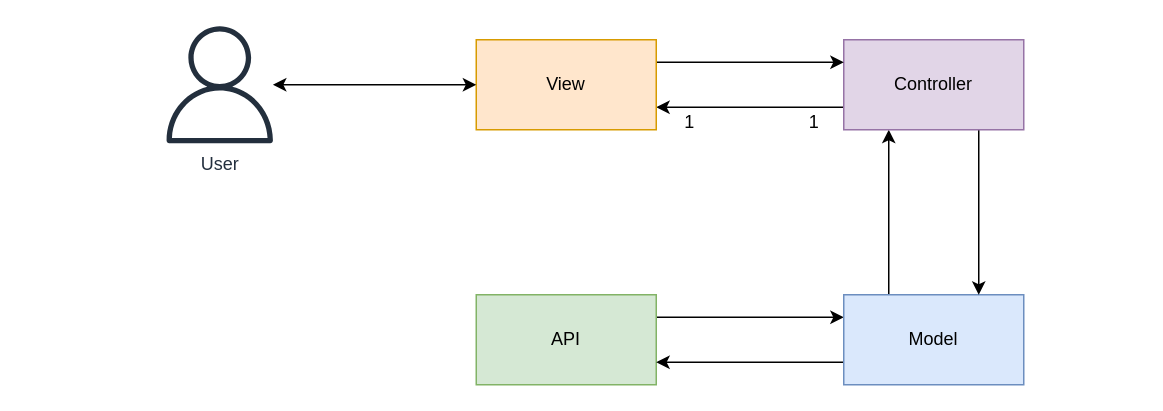
Before: Diagrams/MvcDiagram.drawio in jeftegoes/DotnetArchitectureMvcMvpMvvm, a draw.io diagram. Source tidied: cells renumbered, new cells numbered last; positions are measured from the earlier drawing's top-left corner, leaving out a move shared by most shapes. Both pictures are drawn from the tidied source at 150%, with x=0, y=0 at pixel (160, 26).
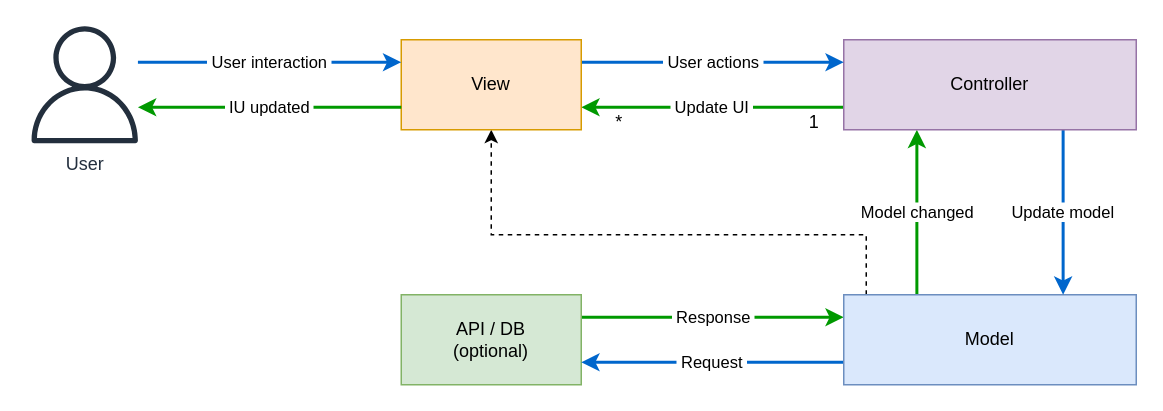
The same page after the edit.

The edit, as a diff of the source:
```diff
@@
-    <mxCell id="2" style="edgeStyle=orthogonalEdgeStyle;rounded=0;jettySize=auto;html=1;entryX=0;entryY=0.25;entryDx=0;entryDy=0;" parent="1" edge="1" source="3" target="6">
+    <mxCell id="2" value="&amp;nbsp;Response&amp;nbsp;" style="edgeStyle=orthogonalEdgeStyle;rounded=0;jettySize=auto;html=1;entryX=0;entryY=0.25;entryDx=0;entryDy=0;strokeWidth=2;strokeColor=#009900;" parent="1" edge="1" source="3" target="6">
       <mxGeometry relative="1" as="geometry">
         <Array as="points">
           <mxPoint x="350" y="194" />
           <mxPoint x="350" y="194" />
         </Array>
       </mxGeometry>
     </mxCell>
-    <mxCell id="3" value="API" style="rounded=0;whiteSpace=wrap;html=1;fillColor=#d5e8d4;strokeColor=#82b366;" parent="1" vertex="1">
-      <mxGeometry x="210" y="179" width="120" height="60" as="geometry" />
+    <mxCell id="3" value="API / DB&lt;div&gt;(optional)&lt;/div&gt;" style="rounded=0;whiteSpace=wrap;html=1;fillColor=#d5e8d4;strokeColor=#82b366;" parent="1" vertex="1">
+      <mxGeometry x="160" y="179" width="120" height="60" as="geometry" />
     </mxCell>
-    <mxCell id="4" style="edgeStyle=orthogonalEdgeStyle;rounded=0;jettySize=auto;html=1;exitX=0;exitY=0.75;exitDx=0;exitDy=0;entryX=1;entryY=0.75;entryDx=0;entryDy=0;" parent="1" edge="1" source="6" target="3">
+    <mxCell id="4" value="&amp;nbsp;Request&amp;nbsp;" style="edgeStyle=orthogonalEdgeStyle;rounded=0;jettySize=auto;html=1;exitX=0;exitY=0.75;exitDx=0;exitDy=0;entryX=1;entryY=0.75;entryDx=0;entryDy=0;strokeWidth=2;strokeColor=#0066CC;" parent="1" edge="1" source="6" target="3">
       <mxGeometry relative="1" as="geometry" />
     </mxCell>
-    <mxCell id="5" style="edgeStyle=orthogonalEdgeStyle;rounded=0;jettySize=auto;html=1;exitX=0.25;exitY=0;exitDx=0;exitDy=0;entryX=0.25;entryY=1;entryDx=0;entryDy=0;" parent="1" edge="1" source="6" target="9">
+    <mxCell id="5" value="Model changed" style="edgeStyle=orthogonalEdgeStyle;rounded=0;jettySize=auto;html=1;exitX=0.25;exitY=0;exitDx=0;exitDy=0;entryX=0.25;entryY=1;entryDx=0;entryDy=0;strokeWidth=2;strokeColor=#009900;" parent="1" edge="1" source="6" target="9">
       <mxGeometry relative="1" as="geometry" />
     </mxCell>
+    <mxCell id="16" style="edgeStyle=orthogonalEdgeStyle;rounded=0;jettySize=auto;html=1;dashed=1;" parent="1" edge="1" source="6" target="11">
+      <mxGeometry relative="1" as="geometry">
+        <Array as="points">
+          <mxPoint x="470" y="139" />
+          <mxPoint x="220" y="139" />
+        </Array>
+      </mxGeometry>
+    </mxCell>
     <mxCell id="6" value="Model" style="rounded=0;whiteSpace=wrap;html=1;fillColor=#dae8fc;strokeColor=#6c8ebf;" parent="1" vertex="1">
-      <mxGeometry x="455" y="179" width="120" height="60" as="geometry" />
+      <mxGeometry x="455" y="179" width="195" height="60" as="geometry" />
     </mxCell>
-    <mxCell id="7" style="edgeStyle=orthogonalEdgeStyle;rounded=0;jettySize=auto;html=1;exitX=0.75;exitY=1;exitDx=0;exitDy=0;entryX=0.75;entryY=0;entryDx=0;entryDy=0;" parent="1" edge="1" source="9" target="6">
+    <mxCell id="7" value="Update model" style="edgeStyle=orthogonalEdgeStyle;rounded=0;jettySize=auto;html=1;exitX=0.75;exitY=1;exitDx=0;exitDy=0;entryX=0.75;entryY=0;entryDx=0;entryDy=0;strokeWidth=2;strokeColor=#0066CC;" parent="1" edge="1" source="9" target="6">
       <mxGeometry relative="1" as="geometry" />
     </mxCell>
-    <mxCell id="8" style="edgeStyle=orthogonalEdgeStyle;rounded=0;jettySize=auto;html=1;exitX=0;exitY=0.75;exitDx=0;exitDy=0;entryX=1;entryY=0.75;entryDx=0;entryDy=0;" parent="1" edge="1" source="9" target="11">
+    <mxCell id="8" value="&amp;nbsp;Update UI&amp;nbsp;" style="edgeStyle=orthogonalEdgeStyle;rounded=0;jettySize=auto;html=1;exitX=0;exitY=0.75;exitDx=0;exitDy=0;entryX=1;entryY=0.75;entryDx=0;entryDy=0;strokeWidth=2;strokeColor=#009900;" parent="1" edge="1" source="9" target="11">
       <mxGeometry relative="1" as="geometry" />
     </mxCell>
     <mxCell id="9" value="Controller" style="rounded=0;whiteSpace=wrap;html=1;fillColor=#e1d5e7;strokeColor=#9673a6;" parent="1" vertex="1">
-      <mxGeometry x="455" y="9" width="120" height="60" as="geometry" />
+      <mxGeometry x="455" y="9" width="195" height="60" as="geometry" />
     </mxCell>
-    <mxCell id="10" style="edgeStyle=orthogonalEdgeStyle;rounded=0;jettySize=auto;html=1;exitX=1;exitY=0.25;exitDx=0;exitDy=0;entryX=0;entryY=0.25;entryDx=0;entryDy=0;" parent="1" edge="1" source="11" target="9">
+    <mxCell id="10" value="&amp;nbsp;User actions&amp;nbsp;" style="edgeStyle=orthogonalEdgeStyle;rounded=0;jettySize=auto;html=1;exitX=1;exitY=0.25;exitDx=0;exitDy=0;entryX=0;entryY=0.25;entryDx=0;entryDy=0;strokeWidth=2;strokeColor=#0066CC;" parent="1" edge="1" source="11" target="9">
       <mxGeometry relative="1" as="geometry" />
     </mxCell>
     <mxCell id="11" value="View" style="rounded=0;whiteSpace=wrap;html=1;fillColor=#ffe6cc;strokeColor=#d79b00;" parent="1" vertex="1">
-      <mxGeometry x="210" y="9" width="120" height="60" as="geometry" />
+      <mxGeometry x="160" y="9" width="120" height="60" as="geometry" />
     </mxCell>
-    <mxCell id="12" value="1" style="text;html=1;align=center;verticalAlign=middle;strokeColor=none;fillColor=none;" parent="1" vertex="1">
-      <mxGeometry x="337" y="49" width="30" height="30" as="geometry" />
+    <mxCell id="12" value="*" style="text;html=1;align=center;verticalAlign=middle;strokeColor=none;fillColor=none;" parent="1" vertex="1">
+      <mxGeometry x="290" y="49" width="30" height="30" as="geometry" />
     </mxCell>
@@
-    <mxCell id="14" style="edgeStyle=orthogonalEdgeStyle;rounded=0;jettySize=auto;html=1;entryX=0;entryY=0.5;entryDx=0;entryDy=0;startArrow=classic;startFill=1;" parent="1" edge="1" source="15" target="11">
-      <mxGeometry relative="1" as="geometry" />
+    <mxCell id="14" value="&amp;nbsp;User interaction&amp;nbsp;" style="edgeStyle=orthogonalEdgeStyle;rounded=0;jettySize=auto;html=1;entryX=0;entryY=0.25;entryDx=0;entryDy=0;strokeColor=#0066CC;strokeWidth=2;" parent="1" edge="1" source="15" target="11">
+      <mxGeometry relative="1" as="geometry">
+        <Array as="points">
+          <mxPoint x="110" y="24" />
+          <mxPoint x="110" y="24" />
+        </Array>
+      </mxGeometry>
     </mxCell>
+    <mxCell id="17" value="&amp;nbsp;IU updated&amp;nbsp;" style="edgeStyle=orthogonalEdgeStyle;rounded=0;jettySize=auto;html=1;exitX=0;exitY=0.75;exitDx=0;exitDy=0;strokeWidth=2;strokeColor=#009900;" parent="1" edge="1" source="11" target="15">
+      <mxGeometry relative="1" as="geometry">
+        <Array as="points">
+          <mxPoint x="110" y="54" />
+          <mxPoint x="110" y="54" />
+        </Array>
+      </mxGeometry>
+    </mxCell>
     <mxCell id="15" value="User" style="sketch=0;outlineConnect=0;fontColor=#232F3E;gradientColor=none;fillColor=#232F3D;strokeColor=none;dashed=0;verticalLabelPosition=bottom;verticalAlign=top;align=center;html=1;fontSize=12;fontStyle=0;shape=mxgraph.aws4.user;" parent="1" vertex="1">
-      <mxGeometry width="78" height="78" as="geometry" />
+      <mxGeometry x="-90" width="78" height="78" as="geometry" />
     </mxCell>
```
